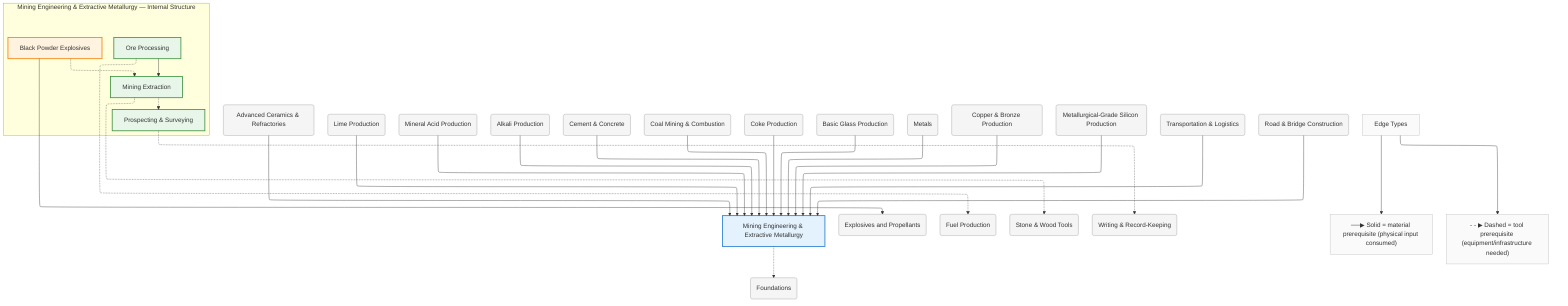
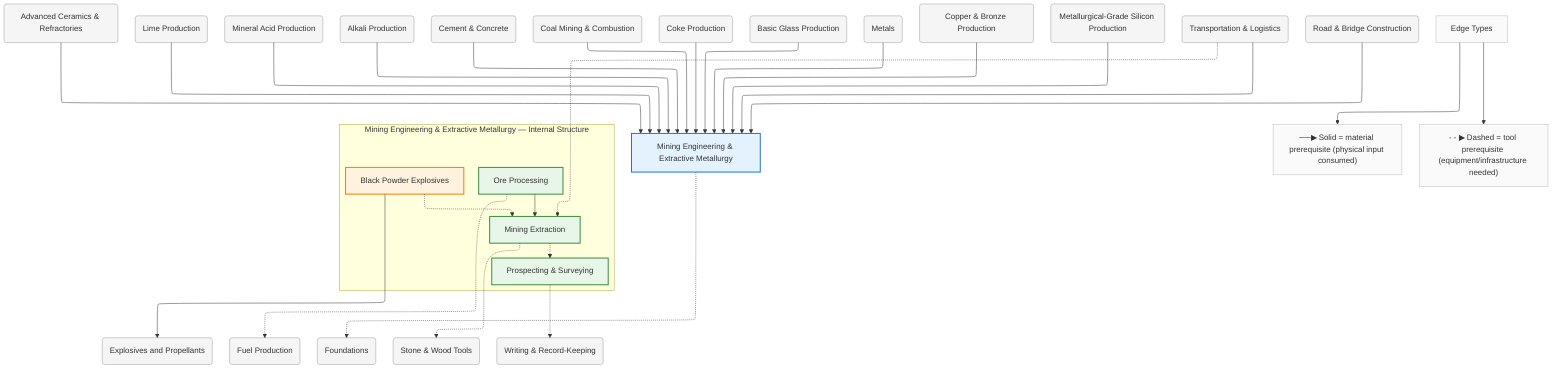
%%{init: {"flowchart": {"defaultRenderer": "elk", "htmlLabels": true}}}%%
graph TD
    %% Domain: Mining Engineering & Extractive Metallurgy

    %% ==================== INTERNAL NODES ====================
    subgraph mining_internal ["Mining Engineering & Extractive Metallurgy — Internal Structure"]
        direction TB
        mining_extraction["Mining Extraction"]
        mining_processing["Ore Processing"]
        mining_prospecting["Prospecting & Surveying"]
        mining_extraction_black-powder["Black Powder Explosives"]
    end

    %% ==================== DOMAIN NODE ====================
    mining["Mining Engineering & Extractive Metallurgy"]

    %% ==================== EXTERNAL DEPENDENCIES ====================
    ceramics_advanced-ceramics("Advanced Ceramics & Refractories")
    ceramics_lime("Lime Production")
    chemistry_acids("Mineral Acid Production")
    chemistry_alkalis("Alkali Production")
    chemistry_cement("Cement & Concrete")
    chemistry_explosives("Explosives and Propellants")
    energy_fuels("Fuel Production")
    energy_fuels_coal("Coal Mining & Combustion")
    energy_fuels_coke("Coke Production")
    foundations("Foundations")
    foundations_tools-basic("Stone & Wood Tools")
    glass_basic("Basic Glass Production")
    knowledge_writing("Writing & Record-Keeping")
    metals("Metals")
    metals_copper-bronze("Copper & Bronze Production")
    silicon_mg-si-production("Metallurgical-Grade Silicon Production")
    transport("Transportation & Logistics")
    transport_roads("Road & Bridge Construction")

    %% ==================== EDGES ====================
    mining_extraction -.-> mining_prospecting
    mining_processing --> mining_extraction
    mining_extraction_black-powder -.-> mining_extraction
    metals --> mining
    glass_basic --> mining
    energy_fuels_coal --> mining
    energy_fuels_coke --> mining
    chemistry_acids --> mining
    chemistry_alkalis --> mining
    chemistry_cement --> mining
    silicon_mg-si-production --> mining
    mining -.-> foundations
    transport --> mining
    mining_extraction -.-> foundations_tools-basic
    metals_copper-bronze --> mining
    mining_prospecting -.-> knowledge_writing
    mining_processing -.-> energy_fuels
    ceramics_lime --> mining
    transport_roads --> mining
    ceramics_advanced-ceramics --> mining
    mining_extraction_black-powder --> chemistry_explosives
+     transport -.-> mining_extraction

    %% ==================== EDGE TYPE LEGEND ====================
    EdgeLegend["Edge Types"]
    EdgeLegend --> MatNote["──▶ Solid = material prerequisite (physical input consumed)"]
    EdgeLegend --> ToolNote["- - ▶ Dashed = tool prerequisite (equipment/infrastructure needed)"]

    %% ==================== STYLING ====================
    classDef domain fill:#e3f2fd,stroke:#1976d2,stroke-width:2px
    classDef capability fill:#e8f5e9,stroke:#388e3c,stroke-width:2px
    classDef process fill:#fff3e0,stroke:#f57c00,stroke-width:2px
    classDef critical fill:#fff3e0,stroke:#f57c00,stroke-width:3px
    classDef earlyWin fill:#e8f5e9,stroke:#388e3c,stroke-width:3px
    classDef pinnacle fill:#fce4ec,stroke:#c62828,stroke-width:3px
    classDef external fill:#f5f5f5,stroke:#9e9e9e,stroke-width:1px
    classDef legend fill:#fafafa,stroke:#bdbdbd,stroke-width:1px
    class mining domain
    class mining_extraction capability
    class mining_processing capability
    class mining_prospecting capability
    class mining_extraction_black-powder process
    class ceramics_advanced-ceramics external
    class ceramics_lime external
    class chemistry_acids external
    class chemistry_alkalis external
    class chemistry_cement external
    class chemistry_explosives external
    class energy_fuels external
    class energy_fuels_coal external
    class energy_fuels_coke external
    class foundations external
    class foundations_tools-basic external
    class glass_basic external
    class knowledge_writing external
    class metals external
    class metals_copper-bronze external
    class silicon_mg-si-production external
    class transport external
    class transport_roads external
    class EdgeLegend,MatNote,ToolNote legend
